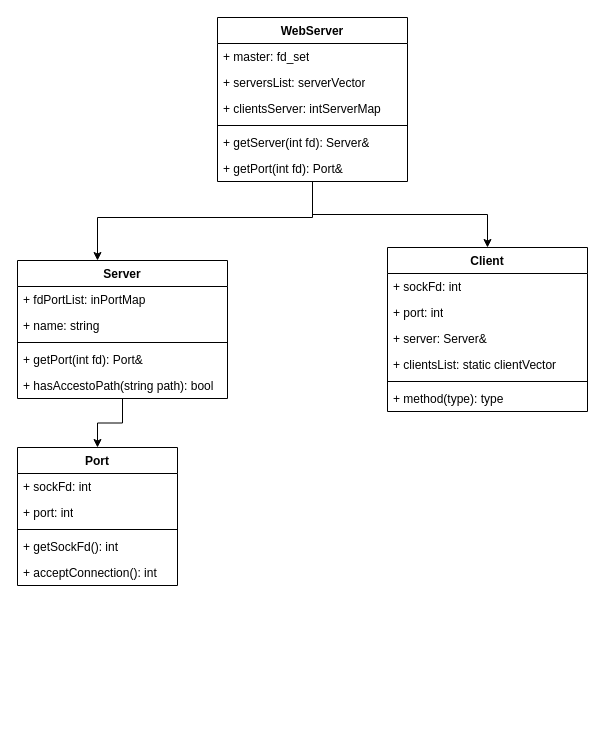
This is WebServer.drawio from otaola03/WebServer, a draw.io file, before an edit. Source tidied: cells renumbered, new cells numbered last; positions are measured from the earlier drawing's top-left corner, leaving out a move shared by most shapes. Both pictures are drawn from the tidied source at 100%, with x=0, y=0 at pixel (17, 17).
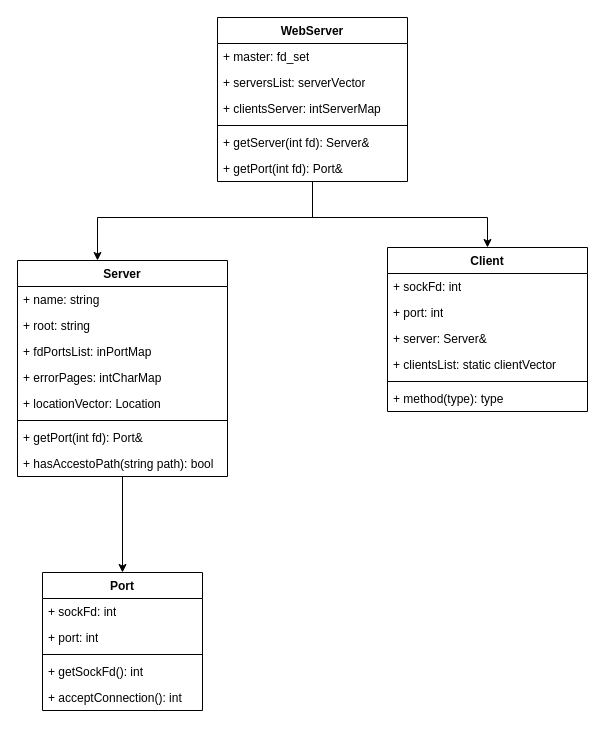
Above is the later version.

The change refers to these unchanged cells:
```xml
<mxCell id="4" value="WebServer" style="swimlane;fontStyle=1;align=center;verticalAlign=top;horizontal=1;startSize=26;whiteSpace=wrap;html=1;" parent="1" vertex="1">
  <mxGeometry x="200" width="190" height="164" as="geometry" />
</mxCell>
<mxCell id="24" value="Client" style="swimlane;fontStyle=1;align=center;verticalAlign=top;horizontal=1;startSize=26;whiteSpace=wrap;html=1;" parent="1" vertex="1">
  <mxGeometry x="370" y="230" width="200" height="164" as="geometry" />
</mxCell>
```

Diff of the diagram source:
```diff
@@
     <mxCell id="3" style="edgeStyle=orthogonalEdgeStyle;rounded=0;jettySize=auto;html=1;" parent="1" edge="1" source="4" target="24">
-      <mxGeometry relative="1" as="geometry" />
+      <mxGeometry relative="1" as="geometry">
+        <Array as="points">
+          <mxPoint x="295" y="200" />
+          <mxPoint x="470" y="200" />
+        </Array>
+      </mxGeometry>
     </mxCell>
@@
     <mxCell id="12" value="Server" style="swimlane;fontStyle=1;align=center;verticalAlign=top;horizontal=1;startSize=26;whiteSpace=wrap;html=1;" parent="1" vertex="1">
-      <mxGeometry y="243" width="210" height="138" as="geometry" />
+      <mxGeometry y="243" width="210" height="216" as="geometry" />
     </mxCell>
+    <mxCell id="31" value="+ name: string" style="text;strokeColor=none;fillColor=none;align=left;verticalAlign=top;spacingLeft=4;spacingRight=4;overflow=hidden;whiteSpace=wrap;html=1;" parent="12" vertex="1">
+      <mxGeometry y="26" width="210" height="26" as="geometry" />
+    </mxCell>
+    <mxCell id="32" value="+ root: string" style="text;strokeColor=none;fillColor=none;align=left;verticalAlign=top;spacingLeft=4;spacingRight=4;overflow=hidden;whiteSpace=wrap;html=1;" parent="12" vertex="1">
+      <mxGeometry y="52" width="210" height="26" as="geometry" />
+    </mxCell>
-    <mxCell id="13" value="+ fdPortList: inPortMap" style="text;strokeColor=none;fillColor=none;align=left;verticalAlign=top;spacingLeft=4;spacingRight=4;overflow=hidden;whiteSpace=wrap;html=1;" parent="12" vertex="1">
-      <mxGeometry y="26" width="210" height="26" as="geometry" />
+    <mxCell id="13" value="+ fdPortsList: inPortMap" style="text;strokeColor=none;fillColor=none;align=left;verticalAlign=top;spacingLeft=4;spacingRight=4;overflow=hidden;whiteSpace=wrap;html=1;" parent="12" vertex="1">
+      <mxGeometry y="78" width="210" height="26" as="geometry" />
     </mxCell>
-    <mxCell id="14" value="+ name: string" style="text;strokeColor=none;fillColor=none;align=left;verticalAlign=top;spacingLeft=4;spacingRight=4;overflow=hidden;whiteSpace=wrap;html=1;" parent="12" vertex="1">
-      <mxGeometry y="52" width="210" height="26" as="geometry" />
+    <mxCell id="14" value="+ errorPages: intCharMap" style="text;strokeColor=none;fillColor=none;align=left;verticalAlign=top;spacingLeft=4;spacingRight=4;overflow=hidden;whiteSpace=wrap;html=1;" parent="12" vertex="1">
+      <mxGeometry y="104" width="210" height="26" as="geometry" />
     </mxCell>
+    <mxCell id="33" value="+ locationVector: Location" style="text;strokeColor=none;fillColor=none;align=left;verticalAlign=top;spacingLeft=4;spacingRight=4;overflow=hidden;whiteSpace=wrap;html=1;" parent="12" vertex="1">
+      <mxGeometry y="130" width="210" height="26" as="geometry" />
+    </mxCell>
     <mxCell id="15" style="line;strokeWidth=1;fillColor=none;align=left;verticalAlign=middle;spacingTop=-1;spacingLeft=3;spacingRight=3;labelPosition=right;strokeColor=inherit;" parent="12" vertex="1">
-      <mxGeometry y="78" width="210" height="8" as="geometry" />
+      <mxGeometry y="156" width="210" height="8" as="geometry" />
     </mxCell>
     <mxCell id="16" value="+ getPort(int fd): Port&amp;amp;" style="text;strokeColor=none;fillColor=none;align=left;verticalAlign=top;spacingLeft=4;spacingRight=4;overflow=hidden;whiteSpace=wrap;html=1;" parent="12" vertex="1">
-      <mxGeometry y="86" width="210" height="26" as="geometry" />
+      <mxGeometry y="164" width="210" height="26" as="geometry" />
     </mxCell>
     <mxCell id="17" value="+ hasAccestoPath(string path): bool" style="text;strokeColor=none;fillColor=none;align=left;verticalAlign=top;spacingLeft=4;spacingRight=4;overflow=hidden;whiteSpace=wrap;html=1;" parent="12" vertex="1">
-      <mxGeometry y="112" width="210" height="26" as="geometry" />
+      <mxGeometry y="190" width="210" height="26" as="geometry" />
     </mxCell>
     <mxCell id="18" value="Port" style="swimlane;fontStyle=1;align=center;verticalAlign=top;horizontal=1;startSize=26;whiteSpace=wrap;html=1;" parent="1" vertex="1">
-      <mxGeometry y="430" width="160" height="138" as="geometry" />
+      <mxGeometry x="25" y="555" width="160" height="138" as="geometry" />
     </mxCell>
```
